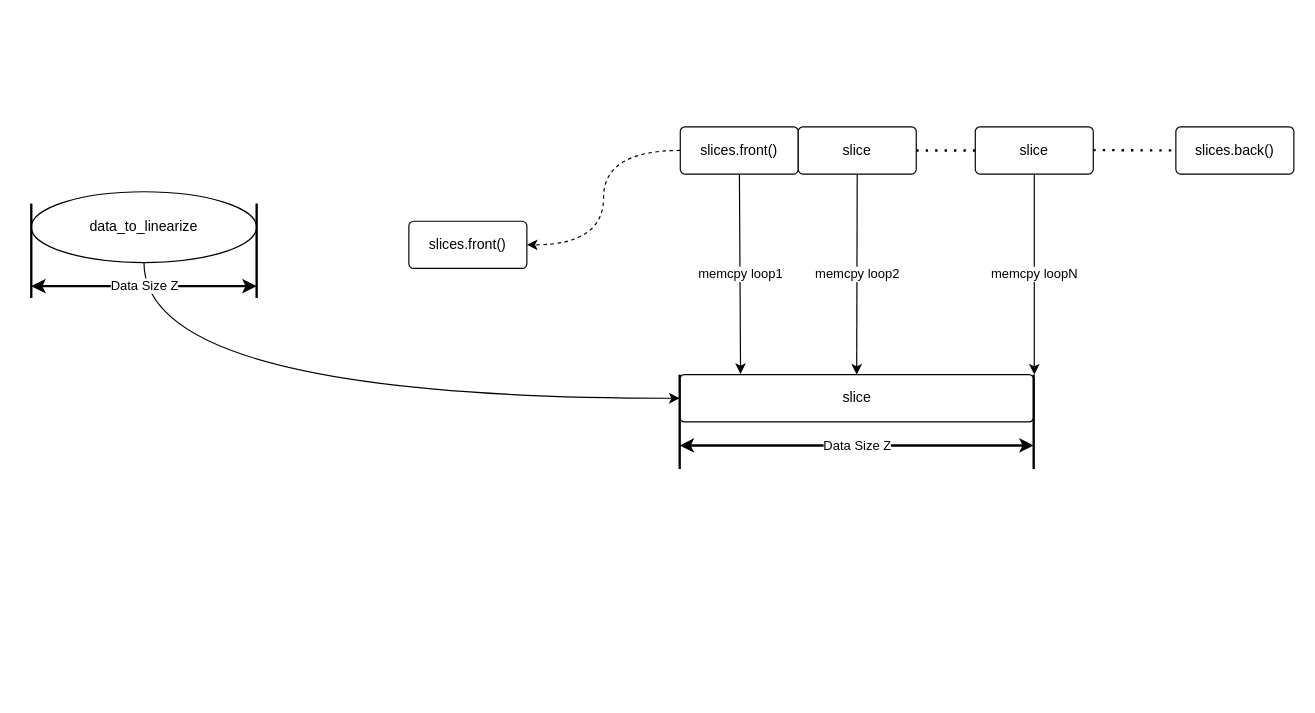
The draw.io diagram page "OwnedImpl::linearize" (7 of 10) of memcpy_test_arch.drawio in xu1zhou/Documents, before the edit. Source tidied: cells renumbered, new cells numbered last; positions are measured from the earlier drawing's top-left corner, leaving out a move shared by most shapes. Both pictures are drawn from the tidied source at 118%, with x=0, y=0 at pixel (31, 126).
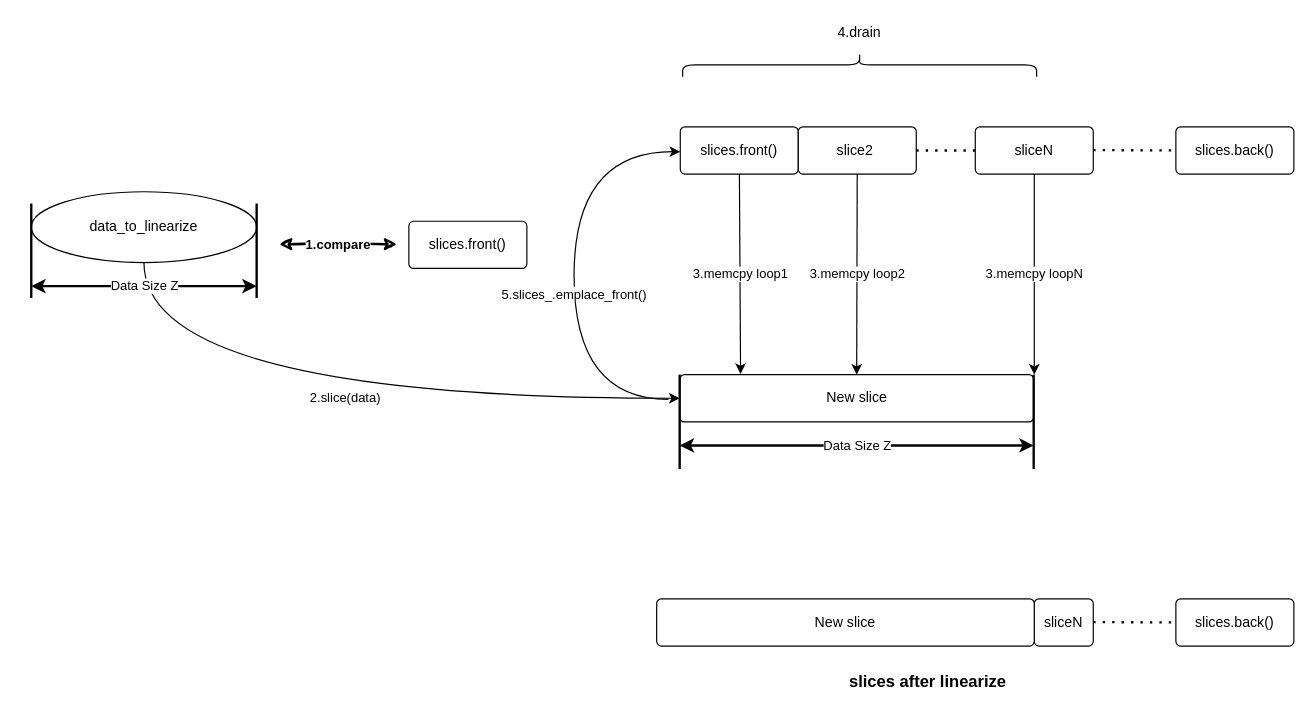
The same diagram, later.

Unchanged cells that the change refers to:
```xml
<mxCell id="4" value="slices.front()" style="rounded=1;arcSize=10;whiteSpace=wrap;html=1;align=center;" parent="1" vertex="1">
  <mxGeometry x="550" width="100" height="40" as="geometry" />
</mxCell>
<mxCell id="17" value="data_to_linearize" style="ellipse;whiteSpace=wrap;html=1;" parent="1" vertex="1">
  <mxGeometry y="55" width="191" height="60" as="geometry" />
</mxCell>
<mxCell id="21" value="slices.front()" style="rounded=1;arcSize=10;whiteSpace=wrap;html=1;align=center;" parent="1" vertex="1">
  <mxGeometry x="320" y="80" width="100" height="40" as="geometry" />
</mxCell>
```

The edit, as a diff of the source:
```diff
@@
-    <mxCell id="2" value="memcpy loop1" style="edgeStyle=none;rounded=0;jettySize=auto;html=1;entryX=0.172;entryY=-0.015;entryDx=0;entryDy=0;entryPerimeter=0;" parent="1" edge="1" source="4" target="9">
+    <mxCell id="2" value="3.memcpy loop1" style="edgeStyle=none;rounded=0;jettySize=auto;html=1;entryX=0.172;entryY=-0.015;entryDx=0;entryDy=0;entryPerimeter=0;" parent="1" edge="1" source="4" target="9">
       <mxGeometry relative="1" as="geometry" />
     </mxCell>
-    <mxCell id="3" style="edgeStyle=orthogonalEdgeStyle;curved=1;rounded=0;jettySize=auto;html=1;entryX=1;entryY=0.5;entryDx=0;entryDy=0;dashed=1;" parent="1" edge="1" source="4" target="21">
-      <mxGeometry relative="1" as="geometry" />
-    </mxCell>
@@
-    <mxCell id="5" value="memcpy loop2" style="edgeStyle=none;rounded=0;jettySize=auto;html=1;entryX=0.5;entryY=0;entryDx=0;entryDy=0;" parent="1" edge="1" source="6" target="9">
+    <mxCell id="5" value="3.memcpy loop2" style="edgeStyle=none;rounded=0;jettySize=auto;html=1;entryX=0.5;entryY=0;entryDx=0;entryDy=0;" parent="1" edge="1" source="6" target="9">
       <mxGeometry relative="1" as="geometry" />
     </mxCell>
-    <mxCell id="6" value="slice" style="rounded=1;arcSize=10;whiteSpace=wrap;html=1;align=center;" parent="1" vertex="1">
+    <mxCell id="6" value="slice2&amp;nbsp;" style="rounded=1;arcSize=10;whiteSpace=wrap;html=1;align=center;" parent="1" vertex="1">
       <mxGeometry x="650" width="100" height="40" as="geometry" />
     </mxCell>
@@
+    <mxCell id="22" value="5.slices_.emplace_front()" style="edgeStyle=orthogonalEdgeStyle;curved=1;rounded=0;sketch=0;orthogonalLoop=1;jettySize=auto;html=1;entryX=0;entryY=0.5;entryDx=0;entryDy=0;" parent="1" edge="1">
+      <mxGeometry x="-0.11" relative="1" as="geometry">
+        <mxPoint x="540" y="231" as="sourcePoint" />
+        <mxPoint x="550" y="21" as="targetPoint" />
+        <Array as="points">
+          <mxPoint x="460" y="231" />
+          <mxPoint x="460" y="21" />
+        </Array>
+      </mxGeometry>
+    </mxCell>
-    <mxCell id="9" value="slice" style="rounded=1;arcSize=10;whiteSpace=wrap;html=1;align=center;" parent="1" vertex="1">
+    <mxCell id="9" value="New slice" style="rounded=1;arcSize=10;whiteSpace=wrap;html=1;align=center;" parent="1" vertex="1">
       <mxGeometry x="549.5" y="210" width="300" height="40" as="geometry" />
     </mxCell>
@@
-    <mxCell id="13" value="memcpy loopN" style="edgeStyle=none;rounded=0;jettySize=auto;html=1;" parent="1" edge="1" source="14">
+    <mxCell id="13" value="3.memcpy loopN" style="edgeStyle=none;rounded=0;jettySize=auto;html=1;" parent="1" edge="1" source="14">
       <mxGeometry relative="1" as="geometry">
         <mxPoint x="850" y="210" as="targetPoint" />
       </mxGeometry>
     </mxCell>
-    <mxCell id="14" value="slice" style="rounded=1;arcSize=10;whiteSpace=wrap;html=1;align=center;" parent="1" vertex="1">
+    <mxCell id="14" value="sliceN" style="rounded=1;arcSize=10;whiteSpace=wrap;html=1;align=center;" parent="1" vertex="1">
       <mxGeometry x="800" width="100" height="40" as="geometry" />
     </mxCell>
@@
-    <mxCell id="16" style="edgeStyle=orthogonalEdgeStyle;curved=1;rounded=0;jettySize=auto;html=1;" parent="1" edge="1" source="17" target="9">
+    <mxCell id="16" value="2.slice(data)" style="edgeStyle=orthogonalEdgeStyle;curved=1;rounded=0;jettySize=auto;html=1;" parent="1" edge="1" source="17" target="9">
       <mxGeometry relative="1" as="geometry">
         <Array as="points">
           <mxPoint x="96" y="230" />
         </Array>
       </mxGeometry>
     </mxCell>
@@
+    <mxCell id="23" value="&lt;b&gt;1.compare&lt;/b&gt;" style="endArrow=classic;startArrow=classic;html=1;strokeWidth=2;sketch=1;" parent="1" edge="1">
+      <mxGeometry relative="1" as="geometry">
+        <mxPoint x="210" y="99.5" as="sourcePoint" />
+        <mxPoint x="310" y="99.5" as="targetPoint" />
+      </mxGeometry>
+    </mxCell>
+    <mxCell id="24" style="shape=curlyBracket;whiteSpace=wrap;html=1;rounded=1;flipH=1;rotation=-90;horizontal=1;" parent="1" vertex="1">
+      <mxGeometry x="692" y="-202.5" width="20" height="300" as="geometry" />
+    </mxCell>
+    <mxCell id="25" value="4.drain" style="text;html=1;strokeColor=none;fillColor=none;align=center;verticalAlign=middle;whiteSpace=wrap;rounded=0;" parent="1" vertex="1">
+      <mxGeometry x="682" y="-90" width="40" height="20" as="geometry" />
+    </mxCell>
+    <mxCell id="26" value="slices.back()" style="rounded=1;arcSize=10;whiteSpace=wrap;html=1;align=center;" parent="1" vertex="1">
+      <mxGeometry x="970" y="400" width="100" height="40" as="geometry" />
+    </mxCell>
+    <mxCell id="27" value="sliceN" style="rounded=1;arcSize=10;whiteSpace=wrap;html=1;align=center;" parent="1" vertex="1">
+      <mxGeometry x="850" y="400" width="50" height="40" as="geometry" />
+    </mxCell>
+    <mxCell id="28" style="endArrow=none;dashed=1;html=1;dashPattern=1 3;strokeWidth=2;exitX=1;exitY=0.5;exitDx=0;exitDy=0;entryX=0;entryY=0.5;entryDx=0;entryDy=0;" parent="1" edge="1" target="26">
+      <mxGeometry relative="1" as="geometry">
+        <mxPoint x="900" y="419.7" as="sourcePoint" />
+      </mxGeometry>
+    </mxCell>
+    <mxCell id="29" value="New slice" style="rounded=1;arcSize=10;whiteSpace=wrap;html=1;align=center;" parent="1" vertex="1">
+      <mxGeometry x="530" y="400" width="320" height="40" as="geometry" />
+    </mxCell>
+    <mxCell id="30" value="&lt;b&gt;&lt;font style=&quot;font-size: 14px&quot;&gt;slices after linearize&lt;/font&gt;&lt;/b&gt;" style="text;html=1;strokeColor=none;fillColor=none;align=center;verticalAlign=middle;whiteSpace=wrap;rounded=0;" parent="1" vertex="1">
+      <mxGeometry x="669.5" y="460" width="180" height="20" as="geometry" />
+    </mxCell>
```
